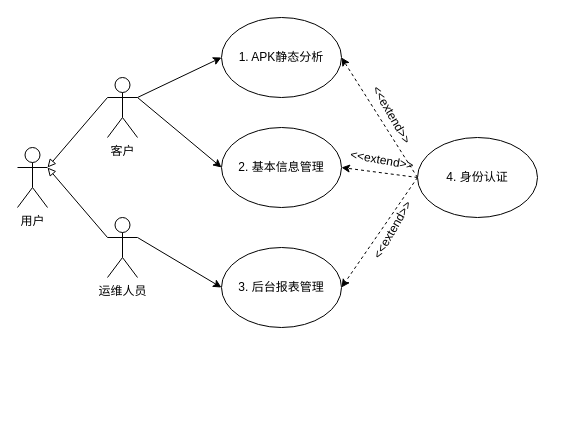
sunray42/diagrams keeps this draw.io diagram as 需求分析.drawio. Above is the earlier version. Source tidied: cells renumbered, new cells numbered last; positions are measured from the earlier drawing's top-left corner, leaving out a move shared by most shapes. Both pictures are drawn from the tidied source at 100%, with x=0, y=0 at pixel (17, 17).
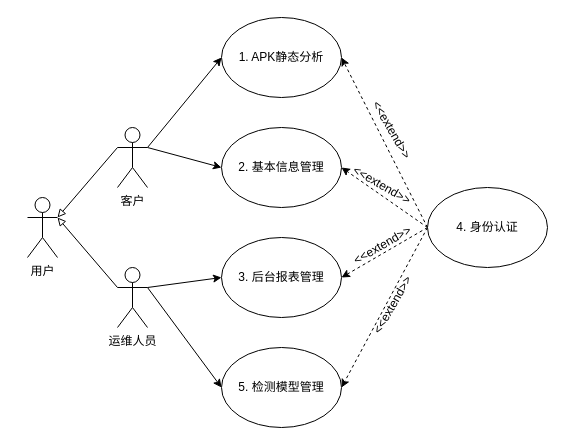
Above is the later version.

Commit message:
更新需求分析.drawio

Diff of the diagram source:
```diff
@@
     <mxCell id="2" value="用户" style="shape=umlActor;verticalLabelPosition=bottom;verticalAlign=top;html=1;outlineConnect=0;" parent="1" vertex="1">
-      <mxGeometry y="130" width="30" height="60" as="geometry" />
+      <mxGeometry x="10" y="180" width="30" height="60" as="geometry" />
     </mxCell>
@@
     <mxCell id="5" value="客户" style="shape=umlActor;verticalLabelPosition=bottom;verticalAlign=top;html=1;outlineConnect=0;" parent="1" vertex="1">
-      <mxGeometry x="90" y="60" width="30" height="60" as="geometry" />
+      <mxGeometry x="100" y="110" width="30" height="60" as="geometry" />
     </mxCell>
     <mxCell id="6" style="rounded=0;jettySize=auto;html=1;exitX=0;exitY=0.3333333333333333;exitDx=0;exitDy=0;exitPerimeter=0;endArrow=block;endFill=0;" parent="1" edge="1" source="8">
       <mxGeometry relative="1" as="geometry">
-        <mxPoint x="30" y="150" as="targetPoint" />
+        <mxPoint x="40" y="200" as="targetPoint" />
       </mxGeometry>
     </mxCell>
@@
+    <mxCell id="20" style="rounded=0;jettySize=auto;html=1;exitX=1;exitY=0.3333333333333333;exitDx=0;exitDy=0;exitPerimeter=0;entryX=0;entryY=0.5;entryDx=0;entryDy=0;" parent="1" edge="1" source="8" target="22">
+      <mxGeometry relative="1" as="geometry" />
+    </mxCell>
     <mxCell id="8" value="运维人员" style="shape=umlActor;verticalLabelPosition=bottom;verticalAlign=top;html=1;outlineConnect=0;" parent="1" vertex="1">
-      <mxGeometry x="90" y="200" width="30" height="60" as="geometry" />
+      <mxGeometry x="100" y="250" width="30" height="60" as="geometry" />
     </mxCell>
@@
+    <mxCell id="21" style="rounded=0;jettySize=auto;html=1;exitX=0;exitY=0.5;exitDx=0;exitDy=0;entryX=1;entryY=0.5;entryDx=0;entryDy=0;dashed=1;" parent="1" edge="1" source="15" target="22">
+      <mxGeometry relative="1" as="geometry" />
+    </mxCell>
     <mxCell id="15" value="4. 身份认证" style="ellipse;whiteSpace=wrap;html=1;" parent="1" vertex="1">
-      <mxGeometry x="400" y="120" width="120" height="80" as="geometry" />
+      <mxGeometry x="410" y="170" width="120" height="80" as="geometry" />
     </mxCell>
     <mxCell id="16" value="3. 后台报表管理" style="ellipse;whiteSpace=wrap;html=1;" parent="1" vertex="1">
-      <mxGeometry x="204" y="230" width="120" height="80" as="geometry" />
+      <mxGeometry x="204" y="220" width="120" height="80" as="geometry" />
     </mxCell>
     <mxCell id="17" value="&amp;lt;&amp;lt;extend&amp;gt;&amp;gt;" style="text;html=1;strokeColor=none;fillColor=none;align=center;verticalAlign=middle;whiteSpace=wrap;rounded=0;rotation=60;" parent="1" vertex="1">
-      <mxGeometry x="340" y="85" width="70" height="25" as="geometry" />
+      <mxGeometry x="340" y="100" width="70" height="25" as="geometry" />
     </mxCell>
-    <mxCell id="18" value="&amp;lt;&amp;lt;extend&amp;gt;&amp;gt;" style="text;html=1;strokeColor=none;fillColor=none;align=center;verticalAlign=middle;whiteSpace=wrap;rounded=0;rotation=10;" parent="1" vertex="1">
-      <mxGeometry x="330" y="130" width="70" height="25" as="geometry" />
+    <mxCell id="18" value="&amp;lt;&amp;lt;extend&amp;gt;&amp;gt;" style="text;html=1;strokeColor=none;fillColor=none;align=center;verticalAlign=middle;whiteSpace=wrap;rounded=0;rotation=30;" parent="1" vertex="1">
+      <mxGeometry x="330" y="155" width="70" height="25" as="geometry" />
     </mxCell>
-    <mxCell id="19" value="&amp;lt;&amp;lt;extend&amp;gt;&amp;gt;" style="text;html=1;strokeColor=none;fillColor=none;align=center;verticalAlign=middle;whiteSpace=wrap;rounded=0;rotation=-60;" parent="1" vertex="1">
-      <mxGeometry x="340" y="200" width="70" height="25" as="geometry" />
+    <mxCell id="19" value="&amp;lt;&amp;lt;extend&amp;gt;&amp;gt;" style="text;html=1;strokeColor=none;fillColor=none;align=center;verticalAlign=middle;whiteSpace=wrap;rounded=0;rotation=-30;" parent="1" vertex="1">
+      <mxGeometry x="330" y="215" width="70" height="25" as="geometry" />
     </mxCell>
+    <mxCell id="22" value="5. 检测模型管理" style="ellipse;whiteSpace=wrap;html=1;" parent="1" vertex="1">
+      <mxGeometry x="204" y="330" width="120" height="80" as="geometry" />
+    </mxCell>
+    <mxCell id="23" value="&amp;lt;&amp;lt;extend&amp;gt;&amp;gt;" style="text;html=1;strokeColor=none;fillColor=none;align=center;verticalAlign=middle;whiteSpace=wrap;rounded=0;rotation=-60;" parent="1" vertex="1">
+      <mxGeometry x="340" y="275" width="70" height="25" as="geometry" />
+    </mxCell>
```
